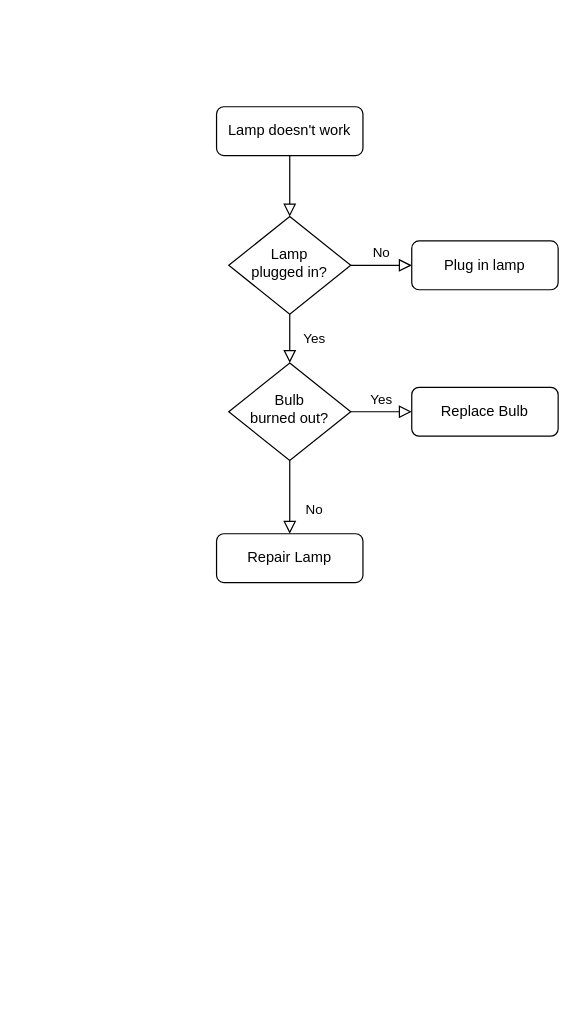
FurkanAdalar/school keeps this draw.io diagram as Başlıksız Diyagram.drawio. Above is the earlier version. Source tidied: cells renumbered, new cells numbered last; positions are measured from the earlier drawing's top-left corner, leaving out a move shared by most shapes. Both pictures are drawn from the tidied source at 122%, with x=0, y=0 at pixel (216, 106).
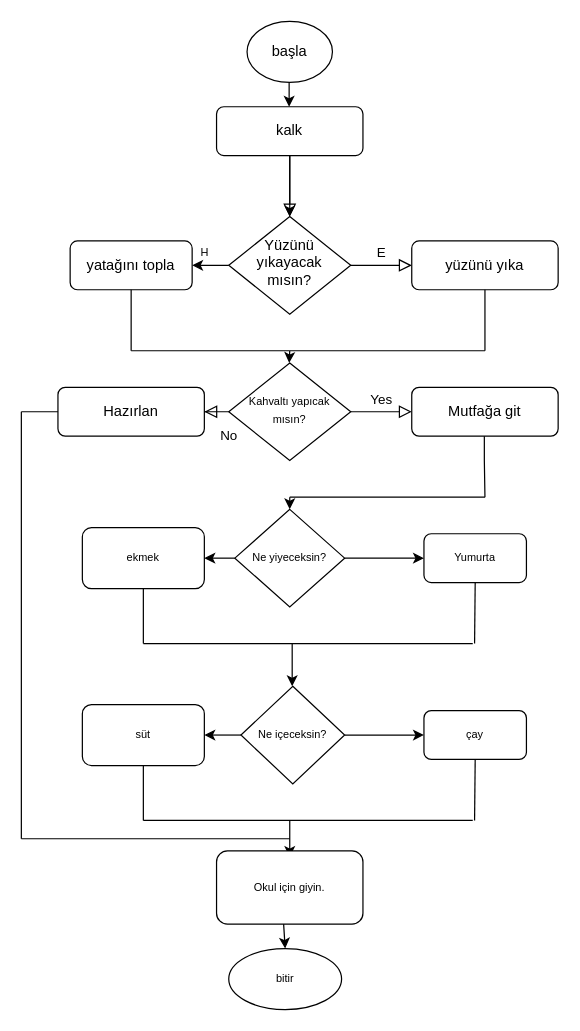
The same page after the edit.

Commit message:
günlük rutin Diyagram.drawio

What changed in the source:
```diff
@@
-    <mxCell id="3" value="Lamp doesn't work" style="rounded=1;whiteSpace=wrap;html=1;fontSize=12;glass=0;strokeWidth=1;shadow=0;" parent="1" vertex="1">
+    <mxCell id="3" value="kalk" style="rounded=1;whiteSpace=wrap;html=1;fontSize=12;glass=0;strokeWidth=1;shadow=0;" parent="1" vertex="1">
       <mxGeometry width="120" height="40" as="geometry" />
     </mxCell>
-    <mxCell id="4" value="Yes" style="rounded=0;html=1;jettySize=auto;fontSize=11;endArrow=block;endFill=0;endSize=8;strokeWidth=1;shadow=0;labelBackgroundColor=none;edgeStyle=orthogonalEdgeStyle;" parent="1" edge="1" source="6" target="10">
-      <mxGeometry y="20" relative="1" as="geometry" />
-    </mxCell>
-    <mxCell id="5" value="No" style="edgeStyle=orthogonalEdgeStyle;rounded=0;html=1;jettySize=auto;fontSize=11;endArrow=block;endFill=0;endSize=8;strokeWidth=1;shadow=0;labelBackgroundColor=none;" parent="1" edge="1" source="6" target="7">
-      <mxGeometry y="10" relative="1" as="geometry" />
+    <mxCell id="5" value="E" style="edgeStyle=orthogonalEdgeStyle;rounded=0;html=1;jettySize=auto;fontSize=11;endArrow=block;endFill=0;endSize=8;strokeWidth=1;shadow=0;labelBackgroundColor=none;" parent="1" edge="1" source="6" target="7">
+      <mxGeometry y="10" relative="1" as="geometry">
+        <Array as="points">
+          <mxPoint x="140" y="130" />
+          <mxPoint x="140" y="130" />
+        </Array>
+      </mxGeometry>
     </mxCell>
+    <mxCell id="13" style="edgeStyle=orthogonalEdgeStyle;rounded=0;jettySize=auto;html=1;fontSize=9;" parent="1" edge="1" source="6" target="17">
+      <mxGeometry relative="1" as="geometry" />
+    </mxCell>
-    <mxCell id="6" value="Lamp&lt;br&gt;plugged in?" style="rhombus;whiteSpace=wrap;html=1;shadow=0;fontFamily=Helvetica;fontSize=12;align=center;strokeWidth=1;spacing=6;spacingTop=-4;" parent="1" vertex="1">
+    <mxCell id="6" value="Yüzünü yıkayacak mısın?" style="rhombus;whiteSpace=wrap;html=1;shadow=0;fontFamily=Helvetica;fontSize=12;align=center;strokeWidth=1;spacing=6;spacingTop=-4;" parent="1" vertex="1">
       <mxGeometry x="10" y="90" width="100" height="80" as="geometry" />
     </mxCell>
-    <mxCell id="7" value="Plug in lamp" style="rounded=1;whiteSpace=wrap;html=1;fontSize=12;glass=0;strokeWidth=1;shadow=0;" parent="1" vertex="1">
+    <mxCell id="7" value="yüzünü yıka" style="rounded=1;whiteSpace=wrap;html=1;fontSize=12;glass=0;strokeWidth=1;shadow=0;" parent="1" vertex="1">
       <mxGeometry x="160" y="110" width="120" height="40" as="geometry" />
     </mxCell>
@@
-    <mxCell id="10" value="Bulb&lt;br&gt;burned out?" style="rhombus;whiteSpace=wrap;html=1;shadow=0;fontFamily=Helvetica;fontSize=12;align=center;strokeWidth=1;spacing=6;spacingTop=-4;" parent="1" vertex="1">
+    <mxCell id="10" value="&lt;p style=&quot;line-height: 1.2;&quot;&gt;&lt;font style=&quot;font-size: 9px;&quot;&gt;Kahvaltı yapıcak mısın?&lt;/font&gt;&lt;/p&gt;" style="rhombus;whiteSpace=wrap;html=1;shadow=0;fontFamily=Helvetica;fontSize=12;align=center;strokeWidth=1;spacing=6;spacingTop=-4;" parent="1" vertex="1">
       <mxGeometry x="10" y="210" width="100" height="80" as="geometry" />
     </mxCell>
-    <mxCell id="11" value="Repair Lamp" style="rounded=1;whiteSpace=wrap;html=1;fontSize=12;glass=0;strokeWidth=1;shadow=0;" parent="1" vertex="1">
-      <mxGeometry y="350" width="120" height="40" as="geometry" />
+    <mxCell id="11" value="Hazırlan" style="rounded=1;whiteSpace=wrap;html=1;fontSize=12;glass=0;strokeWidth=1;shadow=0;" parent="1" vertex="1">
+      <mxGeometry x="-130" y="230" width="120" height="40" as="geometry" />
     </mxCell>
-    <mxCell id="12" value="Replace Bulb" style="rounded=1;whiteSpace=wrap;html=1;fontSize=12;glass=0;strokeWidth=1;shadow=0;" parent="1" vertex="1">
+    <mxCell id="12" value="Mutfağa git" style="rounded=1;whiteSpace=wrap;html=1;fontSize=12;glass=0;strokeWidth=1;shadow=0;" parent="1" vertex="1">
       <mxGeometry x="160" y="230" width="120" height="40" as="geometry" />
     </mxCell>
+    <mxCell id="14" style="edgeStyle=orthogonalEdgeStyle;rounded=0;jettySize=auto;html=1;" parent="1" edge="1" target="6">
+      <mxGeometry relative="1" as="geometry">
+        <mxPoint x="60" y="40" as="sourcePoint" />
+        <Array as="points">
+          <mxPoint x="60" y="40" />
+          <mxPoint x="60" y="40" />
+        </Array>
+      </mxGeometry>
+    </mxCell>
+    <mxCell id="15" value="başla" style="ellipse;whiteSpace=wrap;html=1;" parent="1" vertex="1">
+      <mxGeometry x="25" y="-70" width="70" height="50" as="geometry" />
+    </mxCell>
+    <mxCell id="16" style="endArrow=classic;html=1;rounded=0;" parent="1" edge="1">
+      <mxGeometry relative="1" as="geometry">
+        <mxPoint x="59.5" y="-20" as="sourcePoint" />
+        <mxPoint x="59.5" as="targetPoint" />
+        <Array as="points">
+          <mxPoint x="59.5" y="-20" />
+        </Array>
+      </mxGeometry>
+    </mxCell>
+    <mxCell id="17" value="yatağını topla" style="rounded=1;whiteSpace=wrap;html=1;" parent="1" vertex="1">
+      <mxGeometry x="-120" y="110" width="100" height="40" as="geometry" />
+    </mxCell>
+    <mxCell id="18" value="H" style="text;html=1;align=center;verticalAlign=middle;strokeColor=none;fillColor=none;fontSize=9;" parent="1" vertex="1">
+      <mxGeometry x="-25" y="110" width="30" height="20" as="geometry" />
+    </mxCell>
+    <mxCell id="19" style="endArrow=classic;html=1;rounded=0;fontSize=9;" parent="1" edge="1">
+      <mxGeometry relative="1" as="geometry">
+        <mxPoint x="60" y="200" as="sourcePoint" />
+        <mxPoint x="59.5" y="210" as="targetPoint" />
+      </mxGeometry>
+    </mxCell>
+    <mxCell id="20" style="endArrow=none;html=1;rounded=0;fontSize=9;" parent="1" edge="1">
+      <mxGeometry relative="1" as="geometry">
+        <mxPoint x="-70" y="200" as="sourcePoint" />
+        <mxPoint x="-70" y="150" as="targetPoint" />
+      </mxGeometry>
+    </mxCell>
+    <mxCell id="21" style="endArrow=none;html=1;rounded=0;fontSize=9;" parent="1" edge="1">
+      <mxGeometry relative="1" as="geometry">
+        <mxPoint x="-70" y="200" as="sourcePoint" />
+        <mxPoint x="60" y="200" as="targetPoint" />
+      </mxGeometry>
+    </mxCell>
+    <mxCell id="22" style="endArrow=none;html=1;rounded=0;fontSize=9;entryX=0.5;entryY=1;entryDx=0;entryDy=0;" parent="1" edge="1" target="7">
+      <mxGeometry relative="1" as="geometry">
+        <mxPoint x="220" y="200" as="sourcePoint" />
+      </mxGeometry>
+    </mxCell>
+    <mxCell id="23" style="endArrow=none;html=1;rounded=0;fontSize=9;" parent="1" edge="1">
+      <mxGeometry relative="1" as="geometry">
+        <mxPoint x="60" y="200" as="sourcePoint" />
+        <mxPoint x="220" y="200" as="targetPoint" />
+      </mxGeometry>
+    </mxCell>
+    <mxCell id="24" value="Ne yiyeceksin?" style="rhombus;whiteSpace=wrap;html=1;fontSize=9;" parent="1" vertex="1">
+      <mxGeometry x="15" y="330" width="90" height="80" as="geometry" />
+    </mxCell>
+    <mxCell id="25" style="endArrow=none;html=1;rounded=0;fontSize=9;" parent="1" edge="1">
+      <mxGeometry relative="1" as="geometry">
+        <mxPoint x="220" y="320" as="sourcePoint" />
+        <mxPoint x="219.5" y="270" as="targetPoint" />
+        <Array as="points">
+          <mxPoint x="219.5" y="290" />
+        </Array>
+      </mxGeometry>
+    </mxCell>
+    <mxCell id="26" style="endArrow=none;html=1;rounded=0;fontSize=9;" parent="1" edge="1">
+      <mxGeometry relative="1" as="geometry">
+        <mxPoint x="60" y="320" as="sourcePoint" />
+        <mxPoint x="220" y="320" as="targetPoint" />
+      </mxGeometry>
+    </mxCell>
+    <mxCell id="27" style="endArrow=classic;html=1;rounded=0;fontSize=9;entryX=0.5;entryY=0;entryDx=0;entryDy=0;" parent="1" edge="1" target="24">
+      <mxGeometry relative="1" as="geometry">
+        <mxPoint x="60" y="320" as="sourcePoint" />
+      </mxGeometry>
+    </mxCell>
+    <mxCell id="28" value="Yumurta" style="rounded=1;whiteSpace=wrap;html=1;fontSize=9;" parent="1" vertex="1">
+      <mxGeometry x="170" y="350" width="84" height="40" as="geometry" />
+    </mxCell>
+    <mxCell id="29" style="endArrow=classic;html=1;rounded=0;fontSize=9;entryX=0;entryY=0.5;entryDx=0;entryDy=0;" parent="1" edge="1" target="28">
+      <mxGeometry relative="1" as="geometry">
+        <mxPoint x="105" y="370" as="sourcePoint" />
+      </mxGeometry>
+    </mxCell>
+    <mxCell id="30" value="ekmek" style="rounded=1;whiteSpace=wrap;html=1;fontSize=9;" parent="1" vertex="1">
+      <mxGeometry x="-110" y="345" width="100" height="50" as="geometry" />
+    </mxCell>
+    <mxCell id="31" style="endArrow=classic;html=1;rounded=0;fontSize=9;entryX=1;entryY=0.5;entryDx=0;entryDy=0;" parent="1" edge="1" target="30">
+      <mxGeometry relative="1" as="geometry">
+        <mxPoint x="15" y="370" as="sourcePoint" />
+      </mxGeometry>
+    </mxCell>
+    <mxCell id="32" style="endArrow=none;html=1;rounded=0;fontSize=9;" parent="1" edge="1">
+      <mxGeometry relative="1" as="geometry">
+        <mxPoint x="-60" y="440" as="sourcePoint" />
+        <mxPoint x="-60" y="395" as="targetPoint" />
+      </mxGeometry>
+    </mxCell>
+    <mxCell id="33" style="endArrow=none;html=1;rounded=0;fontSize=9;entryX=0.5;entryY=1;entryDx=0;entryDy=0;" parent="1" edge="1" target="28">
+      <mxGeometry relative="1" as="geometry">
+        <mxPoint x="211.5" y="440" as="sourcePoint" />
+      </mxGeometry>
+    </mxCell>
+    <mxCell id="34" style="endArrow=none;html=1;rounded=0;fontSize=9;" parent="1" edge="1">
+      <mxGeometry relative="1" as="geometry">
+        <mxPoint x="-60" y="440" as="sourcePoint" />
+        <mxPoint x="210" y="440" as="targetPoint" />
+      </mxGeometry>
+    </mxCell>
+    <mxCell id="35" style="endArrow=classic;html=1;rounded=0;fontSize=9;" parent="1" edge="1">
+      <mxGeometry relative="1" as="geometry">
+        <mxPoint x="62" y="440" as="sourcePoint" />
+        <mxPoint x="62" y="475" as="targetPoint" />
+      </mxGeometry>
+    </mxCell>
+    <mxCell id="36" value="çay" style="rounded=1;whiteSpace=wrap;html=1;fontSize=9;" parent="1" vertex="1">
+      <mxGeometry x="170" y="495" width="84" height="40" as="geometry" />
+    </mxCell>
+    <mxCell id="37" style="endArrow=classic;html=1;rounded=0;fontSize=9;entryX=0;entryY=0.5;entryDx=0;entryDy=0;" parent="1" edge="1" target="36">
+      <mxGeometry relative="1" as="geometry">
+        <mxPoint x="105" y="515" as="sourcePoint" />
+      </mxGeometry>
+    </mxCell>
+    <mxCell id="38" value="süt" style="rounded=1;whiteSpace=wrap;html=1;fontSize=9;" parent="1" vertex="1">
+      <mxGeometry x="-110" y="490" width="100" height="50" as="geometry" />
+    </mxCell>
+    <mxCell id="39" style="endArrow=classic;html=1;rounded=0;fontSize=9;entryX=1;entryY=0.5;entryDx=0;entryDy=0;exitX=0;exitY=0.5;exitDx=0;exitDy=0;" parent="1" edge="1" source="44" target="38">
+      <mxGeometry relative="1" as="geometry" />
+    </mxCell>
+    <mxCell id="40" style="endArrow=none;html=1;rounded=0;fontSize=9;" parent="1" edge="1">
+      <mxGeometry relative="1" as="geometry">
+        <mxPoint x="-60" y="585" as="sourcePoint" />
+        <mxPoint x="-60" y="540" as="targetPoint" />
+      </mxGeometry>
+    </mxCell>
+    <mxCell id="41" style="endArrow=none;html=1;rounded=0;fontSize=9;entryX=0.5;entryY=1;entryDx=0;entryDy=0;" parent="1" edge="1" target="36">
+      <mxGeometry relative="1" as="geometry">
+        <mxPoint x="211.5" y="585" as="sourcePoint" />
+      </mxGeometry>
+    </mxCell>
+    <mxCell id="42" style="endArrow=none;html=1;rounded=0;fontSize=9;" parent="1" edge="1">
+      <mxGeometry relative="1" as="geometry">
+        <mxPoint x="-60" y="585" as="sourcePoint" />
+        <mxPoint x="210" y="585" as="targetPoint" />
+      </mxGeometry>
+    </mxCell>
+    <mxCell id="43" style="endArrow=classic;html=1;rounded=0;fontSize=9;" parent="1" edge="1">
+      <mxGeometry relative="1" as="geometry">
+        <mxPoint x="60" y="585" as="sourcePoint" />
+        <mxPoint x="60" y="615" as="targetPoint" />
+      </mxGeometry>
+    </mxCell>
+    <mxCell id="44" value="Ne içeceksin?" style="rhombus;whiteSpace=wrap;html=1;fontSize=9;" parent="1" vertex="1">
+      <mxGeometry x="20" y="475" width="85" height="80" as="geometry" />
+    </mxCell>
+    <mxCell id="45" value="Okul için giyin." style="rounded=1;whiteSpace=wrap;html=1;fontSize=9;" parent="1" vertex="1">
+      <mxGeometry y="610" width="120" height="60" as="geometry" />
+    </mxCell>
+    <mxCell id="46" style="endArrow=none;html=1;rounded=0;fontSize=9;" parent="1" edge="1">
+      <mxGeometry relative="1" as="geometry">
+        <mxPoint x="-160" y="250" as="sourcePoint" />
+        <mxPoint x="-130" y="250" as="targetPoint" />
+      </mxGeometry>
+    </mxCell>
+    <mxCell id="47" style="endArrow=none;html=1;rounded=0;fontSize=9;" parent="1" edge="1">
+      <mxGeometry relative="1" as="geometry">
+        <mxPoint x="-160" y="600" as="sourcePoint" />
+        <mxPoint x="-160" y="250" as="targetPoint" />
+      </mxGeometry>
+    </mxCell>
+    <mxCell id="48" style="endArrow=none;html=1;rounded=0;fontSize=9;" parent="1" edge="1">
+      <mxGeometry relative="1" as="geometry">
+        <mxPoint x="-160" y="600" as="sourcePoint" />
+        <mxPoint x="60" y="600" as="targetPoint" />
+      </mxGeometry>
+    </mxCell>
+    <mxCell id="49" value="bitir" style="ellipse;whiteSpace=wrap;html=1;fontSize=9;" parent="1" vertex="1">
+      <mxGeometry x="10" y="690" width="92.5" height="50" as="geometry" />
+    </mxCell>
+    <mxCell id="50" style="endArrow=classic;html=1;rounded=0;fontSize=9;entryX=0.5;entryY=0;entryDx=0;entryDy=0;" parent="1" edge="1" target="49">
+      <mxGeometry relative="1" as="geometry">
+        <mxPoint x="55" y="670" as="sourcePoint" />
+      </mxGeometry>
+    </mxCell>
```
